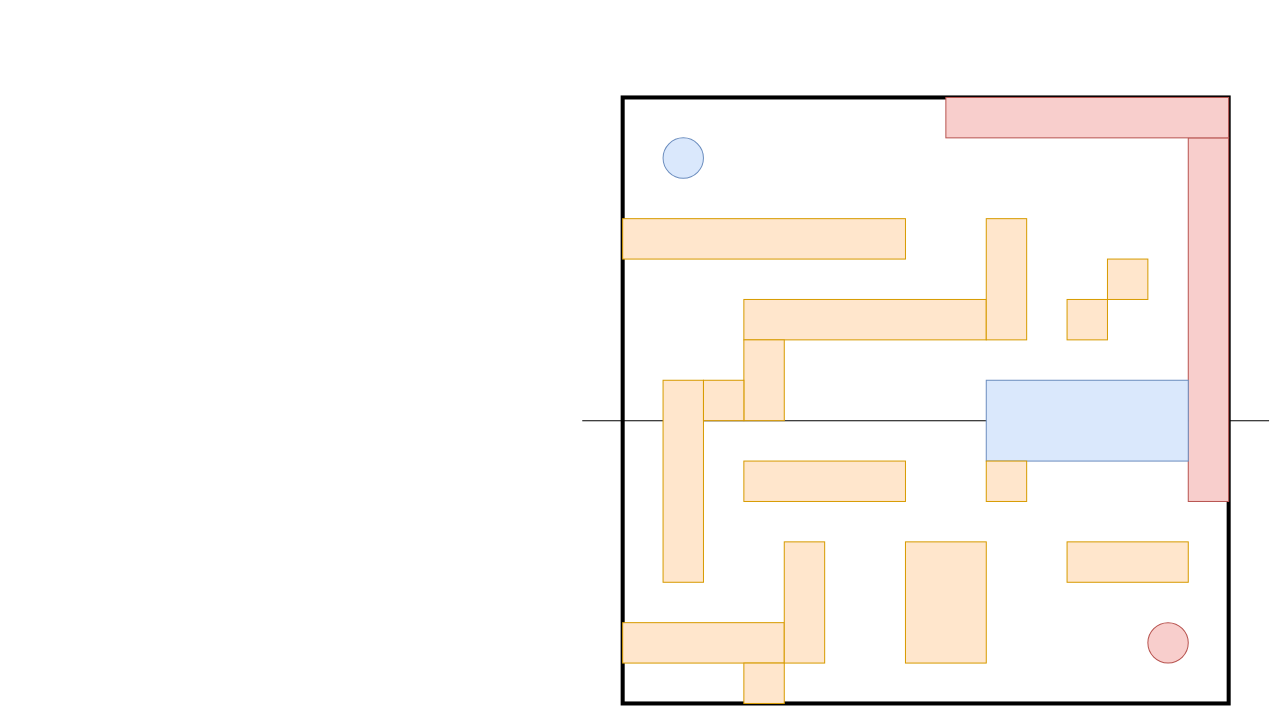
Pablucas/Personal keeps this draw.io diagram as RoboRumble.drawio. Above is the earlier version. Source tidied: cells renumbered, new cells numbered last; positions are measured from the earlier drawing's top-left corner, leaving out a move shared by most shapes. Both pictures are drawn from the tidied source at 101%, with x=0, y=0 at pixel (582, 97).
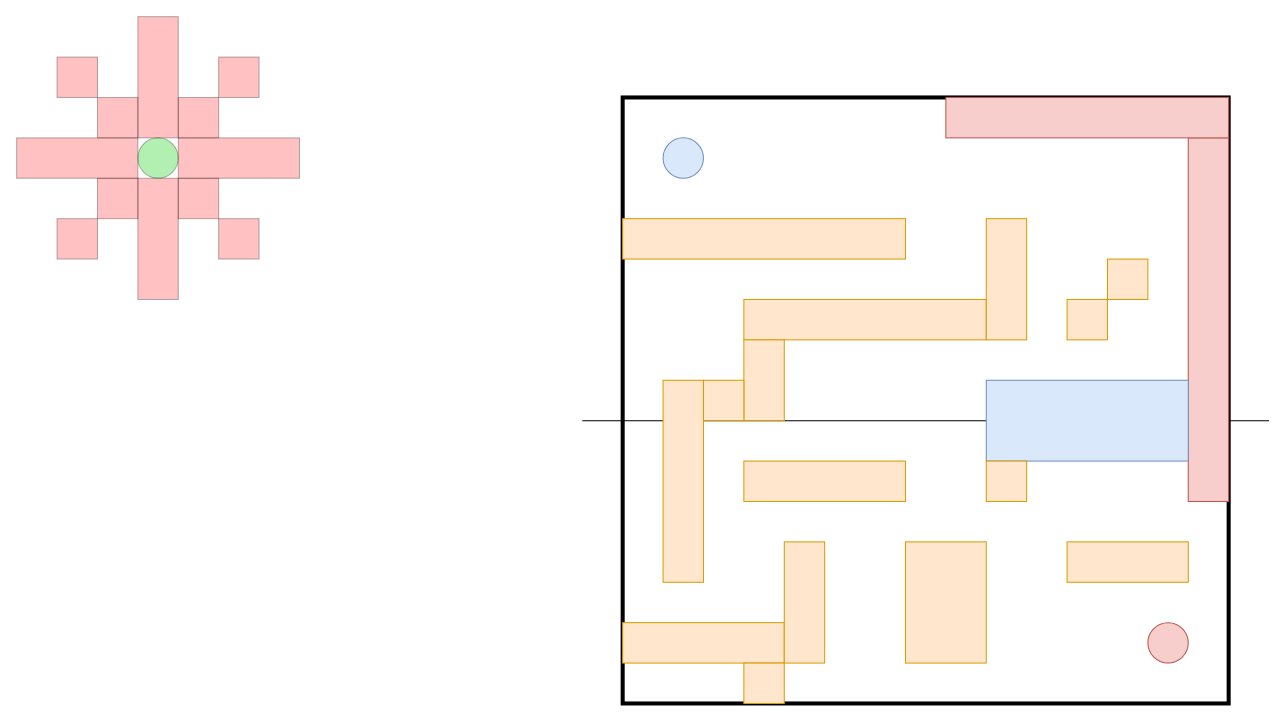
Above is the later version.

The edit, as a diff of the source:
```diff
@@
+    <mxCell id="24" style="group;" parent="1" vertex="1">
+      <mxGeometry x="-560" y="-80" width="280" height="280" as="geometry" />
+    </mxCell>
+    <mxCell id="25" style="ellipse;whiteSpace=wrap;html=1;opacity=30;fillColor=#00CC00;" parent="24" vertex="1">
+      <mxGeometry x="120" y="120" width="40" height="40" as="geometry" />
+    </mxCell>
+    <mxCell id="26" style="rounded=0;whiteSpace=wrap;html=1;fillColor=#FF3333;gradientColor=none;opacity=30;" parent="24" vertex="1">
+      <mxGeometry x="160" y="120" width="120" height="40" as="geometry" />
+    </mxCell>
+    <mxCell id="27" style="rounded=0;whiteSpace=wrap;html=1;fillColor=#FF3333;gradientColor=none;opacity=30;" parent="24" vertex="1">
+      <mxGeometry y="120" width="120" height="40" as="geometry" />
+    </mxCell>
+    <mxCell id="28" style="rounded=0;whiteSpace=wrap;html=1;fillColor=#FF3333;gradientColor=none;opacity=30;direction=south;" parent="24" vertex="1">
+      <mxGeometry x="120" y="160" width="40" height="120" as="geometry" />
+    </mxCell>
+    <mxCell id="29" style="rounded=0;whiteSpace=wrap;html=1;fillColor=#FF3333;gradientColor=none;opacity=30;direction=south;" parent="24" vertex="1">
+      <mxGeometry x="120" width="40" height="120" as="geometry" />
+    </mxCell>
+    <mxCell id="30" style="rounded=0;whiteSpace=wrap;html=1;fillColor=#FF3333;gradientColor=none;opacity=30;" parent="24" vertex="1">
+      <mxGeometry x="160" y="160" width="40" height="40" as="geometry" />
+    </mxCell>
+    <mxCell id="31" style="rounded=0;whiteSpace=wrap;html=1;fillColor=#FF3333;gradientColor=none;opacity=30;" parent="24" vertex="1">
+      <mxGeometry x="160" y="80" width="40" height="40" as="geometry" />
+    </mxCell>
+    <mxCell id="32" style="rounded=0;whiteSpace=wrap;html=1;fillColor=#FF3333;gradientColor=none;opacity=30;" parent="24" vertex="1">
+      <mxGeometry x="200" y="40" width="40" height="40" as="geometry" />
+    </mxCell>
+    <mxCell id="33" style="rounded=0;whiteSpace=wrap;html=1;fillColor=#FF3333;gradientColor=none;opacity=30;" parent="24" vertex="1">
+      <mxGeometry x="200" y="200" width="40" height="40" as="geometry" />
+    </mxCell>
+    <mxCell id="34" style="rounded=0;whiteSpace=wrap;html=1;fillColor=#FF3333;gradientColor=none;opacity=30;" parent="24" vertex="1">
+      <mxGeometry x="80" y="160" width="40" height="40" as="geometry" />
+    </mxCell>
+    <mxCell id="35" style="rounded=0;whiteSpace=wrap;html=1;fillColor=#FF3333;gradientColor=none;opacity=30;" parent="24" vertex="1">
+      <mxGeometry x="40" y="200" width="40" height="40" as="geometry" />
+    </mxCell>
+    <mxCell id="36" style="rounded=0;whiteSpace=wrap;html=1;fillColor=#FF3333;gradientColor=none;opacity=30;" parent="24" vertex="1">
+      <mxGeometry x="80" y="80" width="40" height="40" as="geometry" />
+    </mxCell>
+    <mxCell id="37" style="rounded=0;whiteSpace=wrap;html=1;fillColor=#FF3333;gradientColor=none;opacity=30;" parent="24" vertex="1">
+      <mxGeometry x="40" y="40" width="40" height="40" as="geometry" />
+    </mxCell>
```
